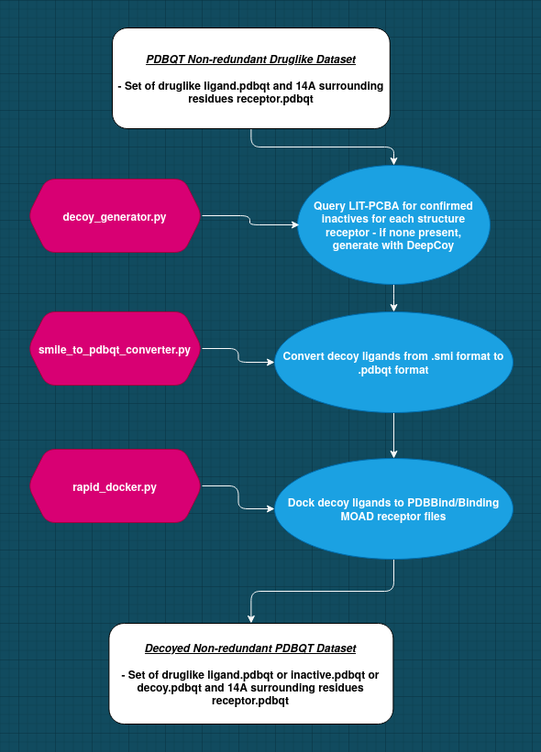
This is labbook/Images/decoy_generation.png from miles-mcgibbon/XGBScore, a draw.io export, as it was before one commit. Source tidied: cells renumbered, new cells last; positions are measured from the earlier drawing's top-left corner, leaving out a move shared by most shapes.
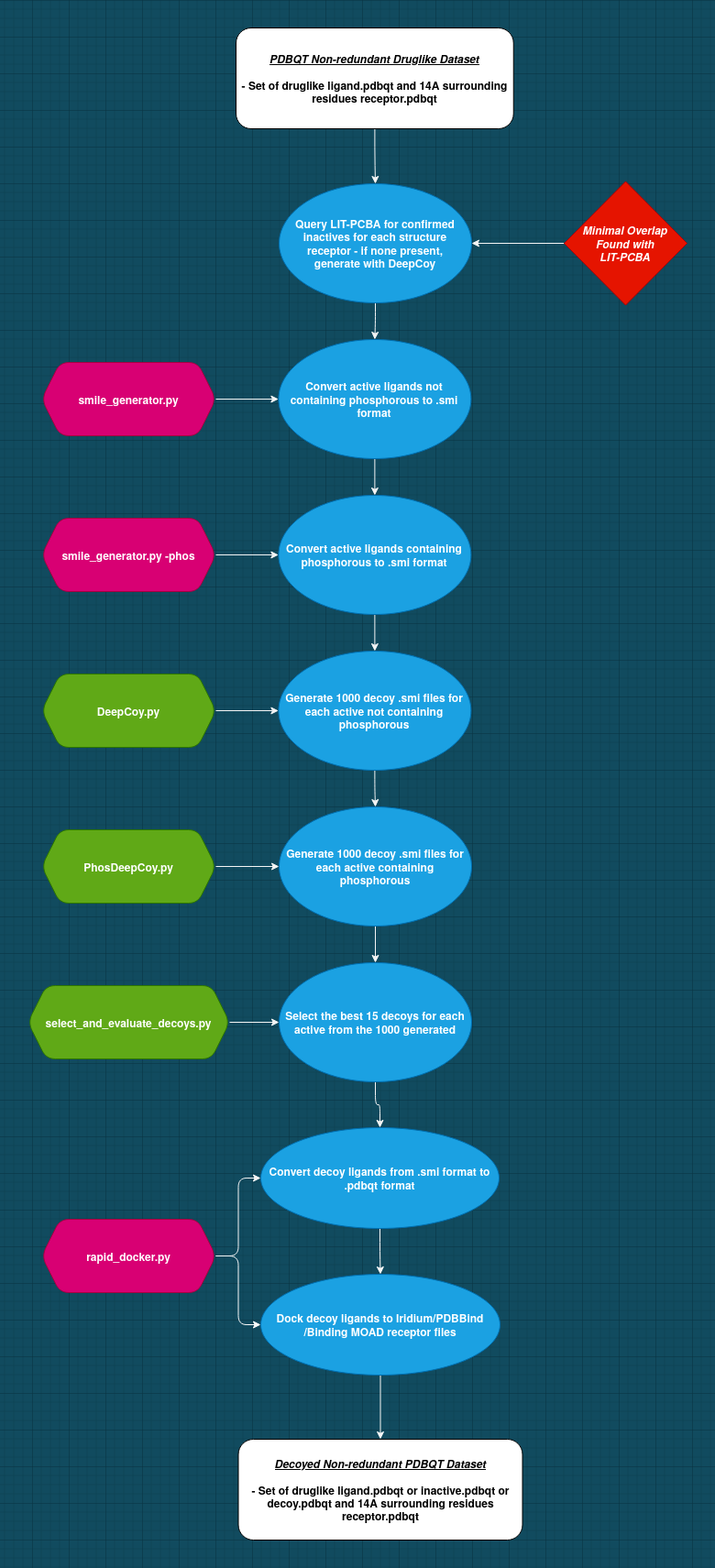
The same file after the commit.

Commit message:
Updated decoy generation flowchart

Diff of the diagram source:
```diff
@@ -2,62 +2,107 @@
   <root>
     <mxCell id="0" />
     <mxCell id="1" parent="0" />
-    <mxCell id="2" style="edgeStyle=orthogonalEdgeStyle;rounded=1;jettySize=auto;html=1;strokeColor=#FAFAFA;fontStyle=1;" parent="1" edge="1" source="3" target="6">
-      <mxGeometry relative="1" as="geometry" />
-    </mxCell>
+    <mxCell id="17" style="edgeStyle=orthogonalEdgeStyle;rounded=1;jettySize=auto;html=1;strokeColor=#F5F5F5;" parent="1" edge="1" source="3" target="22">
+      <mxGeometry relative="1" as="geometry" />
+    </mxCell>
     <mxCell id="3" value="&lt;div&gt;Query LIT-PCBA for confirmed inactives for each structure &lt;br&gt;&lt;/div&gt;&lt;div&gt;receptor - if none present, &lt;br&gt;&lt;/div&gt;&lt;div&gt;generate with DeepCoy &lt;/div&gt;" style="ellipse;whiteSpace=wrap;html=1;rounded=0;sketch=0;strokeColor=#006EAF;fillColor=#1ba1e2;fontColor=#ffffff;fontStyle=1;" parent="1" vertex="1">
-      <mxGeometry x="294" y="150" width="210" height="130" as="geometry" />
+      <mxGeometry x="139" y="170" width="210" height="130" as="geometry" />
     </mxCell>
     <mxCell id="4" value="&lt;div&gt;&lt;i&gt;&lt;u&gt;&lt;b&gt;Decoyed Non-redundant PDBQT Dataset&lt;/b&gt;&lt;/u&gt;&lt;/i&gt;&lt;/div&gt;&lt;div&gt;&lt;br&gt;&lt;/div&gt;&lt;div&gt;- Set of druglike ligand.pdbqt or inactive.pdbqt or decoy.pdbqt and 14A surrounding residues receptor.pdbqt&lt;/div&gt;" style="rounded=1;whiteSpace=wrap;html=1;sketch=0;fontStyle=1;" parent="1" vertex="1">
-      <mxGeometry x="88.4" y="650" width="310" height="110" as="geometry" />
+      <mxGeometry x="94.5" y="1540" width="310" height="110" as="geometry" />
     </mxCell>
     <mxCell id="5" style="edgeStyle=orthogonalEdgeStyle;rounded=1;jettySize=auto;html=1;strokeColor=#FAFAFA;fontStyle=1;" parent="1" edge="1" source="6" target="8">
       <mxGeometry relative="1" as="geometry" />
     </mxCell>
     <mxCell id="6" value="Convert decoy ligands from .smi format to .pdbqt format" style="ellipse;whiteSpace=wrap;html=1;rounded=0;sketch=0;strokeColor=#006EAF;fillColor=#1ba1e2;fontColor=#ffffff;fontStyle=1;" parent="1" vertex="1">
-      <mxGeometry x="269" y="310" width="260" height="110" as="geometry" />
+      <mxGeometry x="119" y="1200" width="260" height="110" as="geometry" />
     </mxCell>
     <mxCell id="7" style="edgeStyle=orthogonalEdgeStyle;curved=0;rounded=1;sketch=0;jettySize=auto;html=1;exitX=0.5;exitY=1;exitDx=0;exitDy=0;entryX=0.5;entryY=0;entryDx=0;entryDy=0;fillColor=#F45B69;fontColor=#E4FDE1;strokeColor=#FAFAFA;" parent="1" edge="1" source="8" target="4">
       <mxGeometry relative="1" as="geometry" />
     </mxCell>
-    <mxCell id="8" value="Dock decoy ligands to PDBBind/Binding MOAD receptor files" style="ellipse;whiteSpace=wrap;html=1;rounded=0;sketch=0;strokeColor=#006EAF;fillColor=#1ba1e2;fontColor=#ffffff;fontStyle=1;" parent="1" vertex="1">
-      <mxGeometry x="269" y="470" width="260" height="110" as="geometry" />
+    <mxCell id="8" value="Dock decoy ligands to Iridium/PDBBind/Binding MOAD receptor files" style="ellipse;whiteSpace=wrap;html=1;rounded=0;sketch=0;strokeColor=#006EAF;fillColor=#1ba1e2;fontColor=#ffffff;fontStyle=1;" parent="1" vertex="1">
+      <mxGeometry x="119" y="1360" width="261" height="110" as="geometry" />
     </mxCell>
-    <mxCell id="9" style="edgeStyle=orthogonalEdgeStyle;rounded=1;jettySize=auto;html=1;strokeColor=#FAFAFA;" parent="1" edge="1" source="10">
-      <mxGeometry relative="1" as="geometry">
-        <mxPoint x="296" y="215" as="targetPoint" />
-        <Array as="points">
-          <mxPoint x="242" y="205" />
-          <mxPoint x="242" y="215" />
-          <mxPoint x="296" y="215" />
-        </Array>
-      </mxGeometry>
-    </mxCell>
-    <mxCell id="10" value="decoy_generator.py" style="shape=hexagon;perimeter=hexagonPerimeter2;whiteSpace=wrap;html=1;fixedSize=1;rounded=1;fontStyle=1;strokeColor=#A50040;fillColor=#d80073;sketch=0;fontColor=#ffffff;" parent="1" vertex="1">
-      <mxGeometry y="165" width="190" height="80" as="geometry" />
-    </mxCell>
-    <mxCell id="11" style="edgeStyle=orthogonalEdgeStyle;rounded=1;jettySize=auto;html=1;entryX=0;entryY=0.5;entryDx=0;entryDy=0;strokeColor=#FAFAFA;" parent="1" edge="1" source="12" target="6">
-      <mxGeometry relative="1" as="geometry" />
-    </mxCell>
-    <mxCell id="12" value="smile_to_pdbqt_converter.py" style="shape=hexagon;perimeter=hexagonPerimeter2;whiteSpace=wrap;html=1;fixedSize=1;rounded=1;fontStyle=1;strokeColor=#A50040;fillColor=#d80073;sketch=0;fontColor=#ffffff;" parent="1" vertex="1">
-      <mxGeometry y="310" width="190" height="80" as="geometry" />
-    </mxCell>
     <mxCell id="13" style="edgeStyle=orthogonalEdgeStyle;rounded=1;jettySize=auto;html=1;entryX=0;entryY=0.5;entryDx=0;entryDy=0;strokeColor=#FAFAFA;" parent="1" edge="1" source="14" target="8">
       <mxGeometry relative="1" as="geometry" />
     </mxCell>
+    <mxCell id="18" style="edgeStyle=orthogonalEdgeStyle;rounded=1;jettySize=auto;html=1;entryX=0;entryY=0.5;entryDx=0;entryDy=0;strokeColor=#F5F5F5;" parent="1" edge="1" source="14" target="6">
+      <mxGeometry relative="1" as="geometry" />
+    </mxCell>
     <mxCell id="14" value="rapid_docker.py" style="shape=hexagon;perimeter=hexagonPerimeter2;whiteSpace=wrap;html=1;fixedSize=1;rounded=1;fontStyle=1;strokeColor=#A50040;fillColor=#d80073;sketch=0;fontColor=#ffffff;" parent="1" vertex="1">
-      <mxGeometry y="460" width="190" height="80" as="geometry" />
+      <mxGeometry x="-120" y="1300" width="190" height="80" as="geometry" />
     </mxCell>
-    <mxCell id="15" style="edgeStyle=orthogonalEdgeStyle;curved=0;rounded=1;sketch=0;jettySize=auto;html=1;exitX=0.5;exitY=1;exitDx=0;exitDy=0;entryX=0.5;entryY=0;entryDx=0;entryDy=0;strokeColor=#FAFAFA;fillColor=#F45B69;fontColor=#E4FDE1;" parent="1" edge="1" source="16" target="3">
-      <mxGeometry relative="1" as="geometry">
-        <Array as="points">
-          <mxPoint x="243" y="130" />
-          <mxPoint x="399" y="130" />
-        </Array>
-      </mxGeometry>
+    <mxCell id="15" style="edgeStyle=orthogonalEdgeStyle;rounded=1;jettySize=auto;html=1;strokeColor=#F5F5F5;" parent="1" edge="1" source="16" target="3">
+      <mxGeometry relative="1" as="geometry" />
     </mxCell>
     <mxCell id="16" value="&lt;div&gt;&lt;u&gt;&lt;i&gt;PDBQT Non-redundant Druglike Dataset&lt;/i&gt;&lt;/u&gt;&lt;/div&gt;&lt;div&gt;&lt;br&gt;&lt;/div&gt;&lt;div&gt;- Set of druglike ligand.pdbqt and 14A surrounding residues receptor.pdbqt &lt;br&gt;&lt;/div&gt;" style="rounded=1;whiteSpace=wrap;html=1;sketch=0;fontStyle=1;" parent="1" vertex="1">
       <mxGeometry x="92" width="302.8" height="110" as="geometry" />
     </mxCell>
+    <mxCell id="19" style="edgeStyle=orthogonalEdgeStyle;rounded=1;jettySize=auto;html=1;strokeColor=#F5F5F5;" parent="1" edge="1" source="20" target="3">
+      <mxGeometry relative="1" as="geometry" />
+    </mxCell>
+    <mxCell id="20" value="&lt;div&gt;&lt;i&gt;Minimal Overlap Found with &lt;br&gt;&lt;/i&gt;&lt;/div&gt;&lt;div&gt;&lt;i&gt;LIT-PCBA&lt;/i&gt;&lt;/div&gt;" style="rhombus;whiteSpace=wrap;html=1;rounded=0;fontColor=#ffffff;fontStyle=1;strokeColor=#B20000;fillColor=#e51400;sketch=0;" parent="1" vertex="1">
+      <mxGeometry x="450" y="167.5" width="134" height="135" as="geometry" />
+    </mxCell>
+    <mxCell id="21" style="edgeStyle=orthogonalEdgeStyle;rounded=1;jettySize=auto;html=1;strokeColor=#F5F5F5;" parent="1" edge="1" source="22" target="24">
+      <mxGeometry relative="1" as="geometry" />
+    </mxCell>
+    <mxCell id="22" value="Convert active ligands not containing phosphorous to .smi format" style="ellipse;whiteSpace=wrap;html=1;rounded=0;sketch=0;strokeColor=#006EAF;fillColor=#1ba1e2;fontColor=#ffffff;fontStyle=1;" parent="1" vertex="1">
+      <mxGeometry x="138.4" y="340" width="210" height="130" as="geometry" />
+    </mxCell>
+    <mxCell id="23" style="edgeStyle=orthogonalEdgeStyle;rounded=1;jettySize=auto;html=1;strokeColor=#F5F5F5;" parent="1" edge="1" source="24" target="30">
+      <mxGeometry relative="1" as="geometry" />
+    </mxCell>
+    <mxCell id="24" value="Convert active ligands containing phosphorous to .smi format" style="ellipse;whiteSpace=wrap;html=1;rounded=0;sketch=0;strokeColor=#006EAF;fillColor=#1ba1e2;fontColor=#ffffff;fontStyle=1;" parent="1" vertex="1">
+      <mxGeometry x="138.4" y="510" width="210" height="130" as="geometry" />
+    </mxCell>
+    <mxCell id="25" style="edgeStyle=orthogonalEdgeStyle;rounded=1;jettySize=auto;html=1;entryX=0;entryY=0.5;entryDx=0;entryDy=0;strokeColor=#F5F5F5;" parent="1" edge="1" source="26" target="22">
+      <mxGeometry relative="1" as="geometry" />
+    </mxCell>
+    <mxCell id="26" value="smile_generator.py" style="shape=hexagon;perimeter=hexagonPerimeter2;whiteSpace=wrap;html=1;fixedSize=1;rounded=1;fontStyle=1;strokeColor=#A50040;fillColor=#d80073;sketch=0;fontColor=#ffffff;" parent="1" vertex="1">
+      <mxGeometry x="-120" y="365" width="190" height="80" as="geometry" />
+    </mxCell>
+    <mxCell id="27" style="edgeStyle=orthogonalEdgeStyle;rounded=1;jettySize=auto;html=1;strokeColor=#F5F5F5;" parent="1" edge="1" source="28" target="24">
+      <mxGeometry relative="1" as="geometry" />
+    </mxCell>
+    <mxCell id="28" value="smile_generator.py -phos" style="shape=hexagon;perimeter=hexagonPerimeter2;whiteSpace=wrap;html=1;fixedSize=1;rounded=1;fontStyle=1;strokeColor=#A50040;fillColor=#d80073;sketch=0;fontColor=#ffffff;" parent="1" vertex="1">
+      <mxGeometry x="-120" y="535" width="190" height="80" as="geometry" />
+    </mxCell>
+    <mxCell id="29" style="edgeStyle=orthogonalEdgeStyle;rounded=1;jettySize=auto;html=1;strokeColor=#F5F5F5;" parent="1" edge="1" source="30" target="32">
+      <mxGeometry relative="1" as="geometry" />
+    </mxCell>
+    <mxCell id="30" value="Generate 1000 decoy .smi files for each active not containing phosphorous" style="ellipse;whiteSpace=wrap;html=1;rounded=0;sketch=0;strokeColor=#006EAF;fillColor=#1ba1e2;fontColor=#ffffff;fontStyle=1;" parent="1" vertex="1">
+      <mxGeometry x="138.4" y="680" width="210" height="130" as="geometry" />
+    </mxCell>
+    <mxCell id="31" style="edgeStyle=orthogonalEdgeStyle;rounded=1;jettySize=auto;html=1;strokeColor=#F5F5F5;" parent="1" edge="1" source="32" target="38">
+      <mxGeometry relative="1" as="geometry" />
+    </mxCell>
+    <mxCell id="32" value="Generate 1000 decoy .smi files for each active containing phosphorous" style="ellipse;whiteSpace=wrap;html=1;rounded=0;sketch=0;strokeColor=#006EAF;fillColor=#1ba1e2;fontColor=#ffffff;fontStyle=1;" parent="1" vertex="1">
+      <mxGeometry x="139" y="850" width="210" height="130" as="geometry" />
+    </mxCell>
+    <mxCell id="33" style="edgeStyle=orthogonalEdgeStyle;rounded=1;jettySize=auto;html=1;strokeColor=#F5F5F5;" parent="1" edge="1" source="34" target="30">
+      <mxGeometry relative="1" as="geometry" />
+    </mxCell>
+    <mxCell id="34" value="DeepCoy.py" style="shape=hexagon;perimeter=hexagonPerimeter2;whiteSpace=wrap;html=1;fixedSize=1;rounded=1;fontStyle=1;strokeColor=#2D7600;fillColor=#60a917;sketch=0;fontColor=#ffffff;" parent="1" vertex="1">
+      <mxGeometry x="-120" y="705" width="190" height="80" as="geometry" />
+    </mxCell>
+    <mxCell id="35" style="edgeStyle=orthogonalEdgeStyle;rounded=1;jettySize=auto;html=1;strokeColor=#F5F5F5;" parent="1" edge="1" source="36" target="32">
+      <mxGeometry relative="1" as="geometry" />
+    </mxCell>
+    <mxCell id="36" value="PhosDeepCoy.py" style="shape=hexagon;perimeter=hexagonPerimeter2;whiteSpace=wrap;html=1;fixedSize=1;rounded=1;fontStyle=1;strokeColor=#2D7600;fillColor=#60a917;sketch=0;fontColor=#ffffff;" parent="1" vertex="1">
+      <mxGeometry x="-120" y="875" width="190" height="80" as="geometry" />
+    </mxCell>
+    <mxCell id="37" style="edgeStyle=orthogonalEdgeStyle;rounded=1;jettySize=auto;html=1;strokeColor=#F5F5F5;" parent="1" edge="1" source="38" target="6">
+      <mxGeometry relative="1" as="geometry" />
+    </mxCell>
+    <mxCell id="38" value="Select the best 15 decoys for each active from the 1000 generated" style="ellipse;whiteSpace=wrap;html=1;rounded=0;sketch=0;strokeColor=#006EAF;fillColor=#1ba1e2;fontColor=#ffffff;fontStyle=1;" parent="1" vertex="1">
+      <mxGeometry x="139" y="1020" width="210" height="130" as="geometry" />
+    </mxCell>
+    <mxCell id="39" style="edgeStyle=orthogonalEdgeStyle;rounded=1;jettySize=auto;html=1;strokeColor=#F5F5F5;" parent="1" edge="1" source="40" target="38">
+      <mxGeometry relative="1" as="geometry" />
+    </mxCell>
+    <mxCell id="40" value="select_and_evaluate_decoys.py" style="shape=hexagon;perimeter=hexagonPerimeter2;whiteSpace=wrap;html=1;fixedSize=1;rounded=1;fontStyle=1;strokeColor=#2D7600;fillColor=#60a917;sketch=0;fontColor=#ffffff;" parent="1" vertex="1">
+      <mxGeometry x="-135" y="1045" width="220" height="80" as="geometry" />
+    </mxCell>
   </root>
 </mxGraphModel>
```
